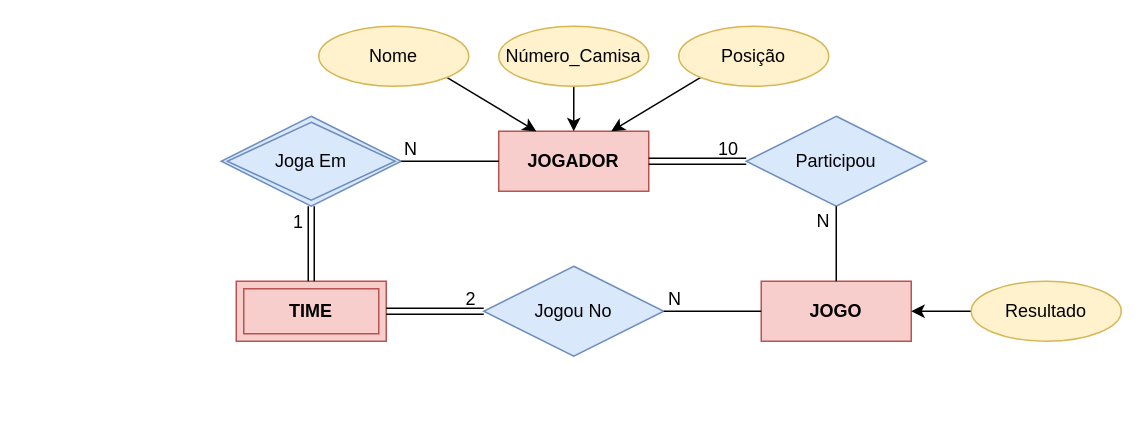
Masso13/ADS202-Exercicios-17032023 keeps this draw.io diagram as ADS202-Exercicio2.drawio. Above is the earlier version. Source tidied: cells renumbered, new cells numbered last; positions are measured from the earlier drawing's top-left corner, leaving out a move shared by most shapes. Both pictures are drawn from the tidied source at 150%, with x=0, y=0 at pixel (220, 26).
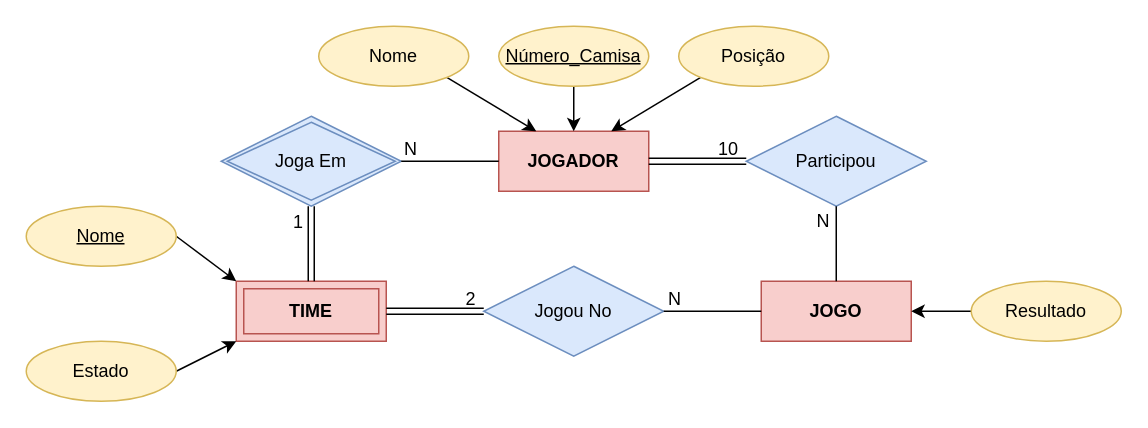
Above is the later version.

The change refers to these unchanged cells:
```xml
<mxCell id="4" value="&lt;b&gt;TIME&lt;/b&gt;" style="shape=ext;margin=3;double=1;whiteSpace=wrap;html=1;align=center;fillColor=#f8cecc;strokeColor=#b85450;" parent="1" vertex="1">
  <mxGeometry x="10" y="170" width="100" height="40" as="geometry" />
</mxCell>
```

What changed in the source:
```diff
@@
-    <mxCell id="23" value="Número_Camisa" style="ellipse;whiteSpace=wrap;html=1;align=center;fillColor=#fff2cc;strokeColor=#d6b656;" parent="1" vertex="1">
+    <mxCell id="23" value="&lt;u&gt;Número_Camisa&lt;/u&gt;" style="ellipse;whiteSpace=wrap;html=1;align=center;fillColor=#fff2cc;strokeColor=#d6b656;" parent="1" vertex="1">
       <mxGeometry x="185" width="100" height="40" as="geometry" />
     </mxCell>
@@
+    <mxCell id="28" style="edgeStyle=none;rounded=0;jettySize=auto;html=1;exitX=1;exitY=0.5;exitDx=0;exitDy=0;entryX=0;entryY=0;entryDx=0;entryDy=0;" parent="1" edge="1" source="29" target="4">
+      <mxGeometry relative="1" as="geometry" />
+    </mxCell>
+    <mxCell id="29" value="&lt;u&gt;Nome&lt;/u&gt;" style="ellipse;whiteSpace=wrap;html=1;align=center;fillColor=#fff2cc;strokeColor=#d6b656;" parent="1" vertex="1">
+      <mxGeometry x="-130" y="120" width="100" height="40" as="geometry" />
+    </mxCell>
+    <mxCell id="30" style="edgeStyle=none;rounded=0;jettySize=auto;html=1;exitX=1;exitY=0.5;exitDx=0;exitDy=0;entryX=0;entryY=1;entryDx=0;entryDy=0;" parent="1" edge="1" source="31" target="4">
+      <mxGeometry relative="1" as="geometry" />
+    </mxCell>
+    <mxCell id="31" value="Estado" style="ellipse;whiteSpace=wrap;html=1;align=center;fillColor=#fff2cc;strokeColor=#d6b656;" parent="1" vertex="1">
+      <mxGeometry x="-130" y="210" width="100" height="40" as="geometry" />
+    </mxCell>
```
